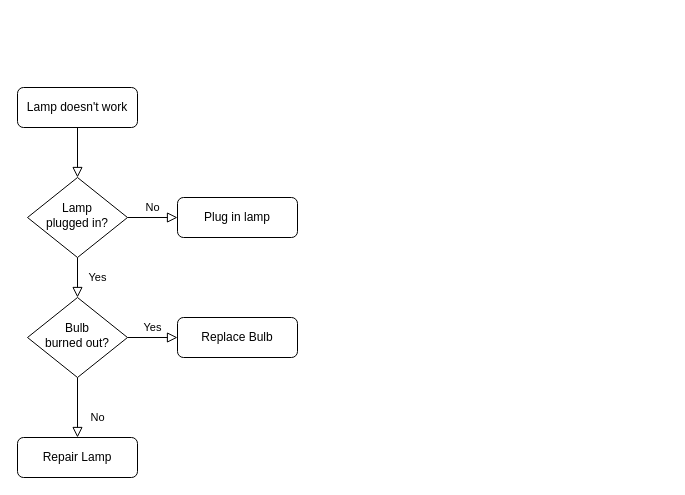
Earlier version of the draw.io diagram 未命名圖表.drawio (shihyingru/aframe-keyboard-controls). Source tidied: cells renumbered, new cells numbered last; positions are measured from the earlier drawing's top-left corner, leaving out a move shared by most shapes. Both pictures are drawn from the tidied source at 100%, with x=0, y=0 at pixel (17, 87).
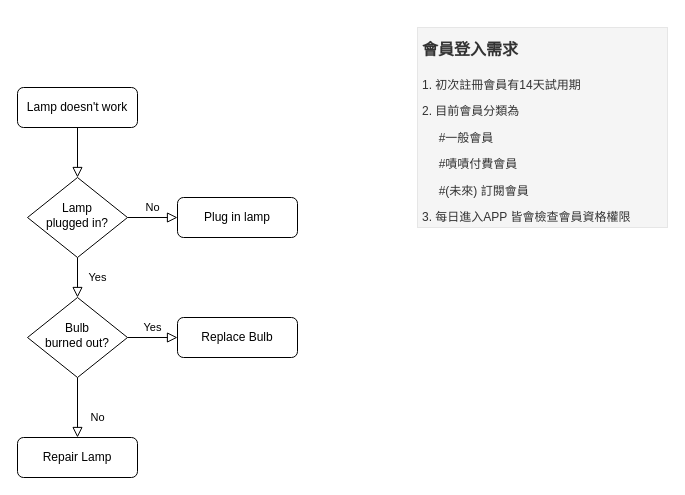
The same page after the edit.

What changed in the source:
```diff
@@
 <mxGraphModel>
   <root>
     <mxCell id="0" />
     <mxCell id="1" parent="0" />
     <mxCell id="2" style="rounded=0;html=1;jettySize=auto;fontSize=11;endArrow=block;endFill=0;endSize=8;strokeWidth=1;shadow=0;labelBackgroundColor=none;edgeStyle=orthogonalEdgeStyle;" parent="1" edge="1" source="3" target="6">
       <mxGeometry relative="1" as="geometry" />
     </mxCell>
     <mxCell id="3" value="Lamp doesn't work" style="rounded=1;whiteSpace=wrap;html=1;fontSize=12;glass=0;strokeWidth=1;shadow=0;" parent="1" vertex="1">
       <mxGeometry width="120" height="40" as="geometry" />
     </mxCell>
     <mxCell id="4" value="Yes" style="rounded=0;html=1;jettySize=auto;fontSize=11;endArrow=block;endFill=0;endSize=8;strokeWidth=1;shadow=0;labelBackgroundColor=none;edgeStyle=orthogonalEdgeStyle;" parent="1" edge="1" source="6" target="10">
       <mxGeometry y="20" relative="1" as="geometry" />
     </mxCell>
     <mxCell id="5" value="No" style="edgeStyle=orthogonalEdgeStyle;rounded=0;html=1;jettySize=auto;fontSize=11;endArrow=block;endFill=0;endSize=8;strokeWidth=1;shadow=0;labelBackgroundColor=none;" parent="1" edge="1" source="6" target="7">
       <mxGeometry y="10" relative="1" as="geometry" />
     </mxCell>
     <mxCell id="6" value="Lamp&lt;br&gt;plugged in?" style="rhombus;whiteSpace=wrap;html=1;shadow=0;fontFamily=Helvetica;fontSize=12;align=center;strokeWidth=1;spacing=6;spacingTop=-4;" parent="1" vertex="1">
       <mxGeometry x="10" y="90" width="100" height="80" as="geometry" />
     </mxCell>
     <mxCell id="7" value="Plug in lamp" style="rounded=1;whiteSpace=wrap;html=1;fontSize=12;glass=0;strokeWidth=1;shadow=0;" parent="1" vertex="1">
       <mxGeometry x="160" y="110" width="120" height="40" as="geometry" />
     </mxCell>
     <mxCell id="8" value="No" style="rounded=0;html=1;jettySize=auto;fontSize=11;endArrow=block;endFill=0;endSize=8;strokeWidth=1;shadow=0;labelBackgroundColor=none;edgeStyle=orthogonalEdgeStyle;" parent="1" edge="1" source="10" target="11">
       <mxGeometry x="0.33" y="20" relative="1" as="geometry" />
     </mxCell>
     <mxCell id="9" value="Yes" style="edgeStyle=orthogonalEdgeStyle;rounded=0;html=1;jettySize=auto;fontSize=11;endArrow=block;endFill=0;endSize=8;strokeWidth=1;shadow=0;labelBackgroundColor=none;" parent="1" edge="1" source="10" target="12">
       <mxGeometry y="10" relative="1" as="geometry" />
     </mxCell>
     <mxCell id="10" value="Bulb&lt;br&gt;burned out?" style="rhombus;whiteSpace=wrap;html=1;shadow=0;fontFamily=Helvetica;fontSize=12;align=center;strokeWidth=1;spacing=6;spacingTop=-4;" parent="1" vertex="1">
       <mxGeometry x="10" y="210" width="100" height="80" as="geometry" />
     </mxCell>
     <mxCell id="11" value="Repair Lamp" style="rounded=1;whiteSpace=wrap;html=1;fontSize=12;glass=0;strokeWidth=1;shadow=0;" parent="1" vertex="1">
       <mxGeometry y="350" width="120" height="40" as="geometry" />
     </mxCell>
     <mxCell id="12" value="Replace Bulb" style="rounded=1;whiteSpace=wrap;html=1;fontSize=12;glass=0;strokeWidth=1;shadow=0;" parent="1" vertex="1">
       <mxGeometry x="160" y="230" width="120" height="40" as="geometry" />
     </mxCell>
+    <mxCell id="13" value="&lt;h1&gt;&lt;font style=&quot;font-size: 16px&quot;&gt;會員登入需求&lt;/font&gt;&lt;br&gt;&lt;/h1&gt;&lt;p&gt;1. 初次註冊會員有14天試用期&lt;br&gt;&lt;/p&gt;&lt;p&gt;2. 目前會員分類為 &lt;br&gt;&lt;/p&gt;&lt;p&gt;&amp;nbsp;&amp;nbsp;&amp;nbsp;&amp;nbsp; #一般會員 &lt;br&gt;&lt;/p&gt;&lt;p&gt;&amp;nbsp;&amp;nbsp;&amp;nbsp;&amp;nbsp; #嘖嘖付費會員 &lt;br&gt;&lt;/p&gt;&lt;p&gt;&amp;nbsp;&amp;nbsp;&amp;nbsp;&amp;nbsp; #(未來) 訂閱會員&lt;br&gt;&lt;/p&gt;&lt;p&gt;3. 每日進入APP 皆會檢查會員資格權限&lt;br&gt;&lt;/p&gt;" style="text;html=1;fillColor=#f5f5f5;spacing=5;spacingTop=-20;whiteSpace=wrap;overflow=hidden;rounded=0;fontColor=#333333;strokeColor=#E6E6E6;" parent="1" vertex="1">
+      <mxGeometry x="400" y="-60" width="250" height="200" as="geometry" />
+    </mxCell>
   </root>
 </mxGraphModel>
```
